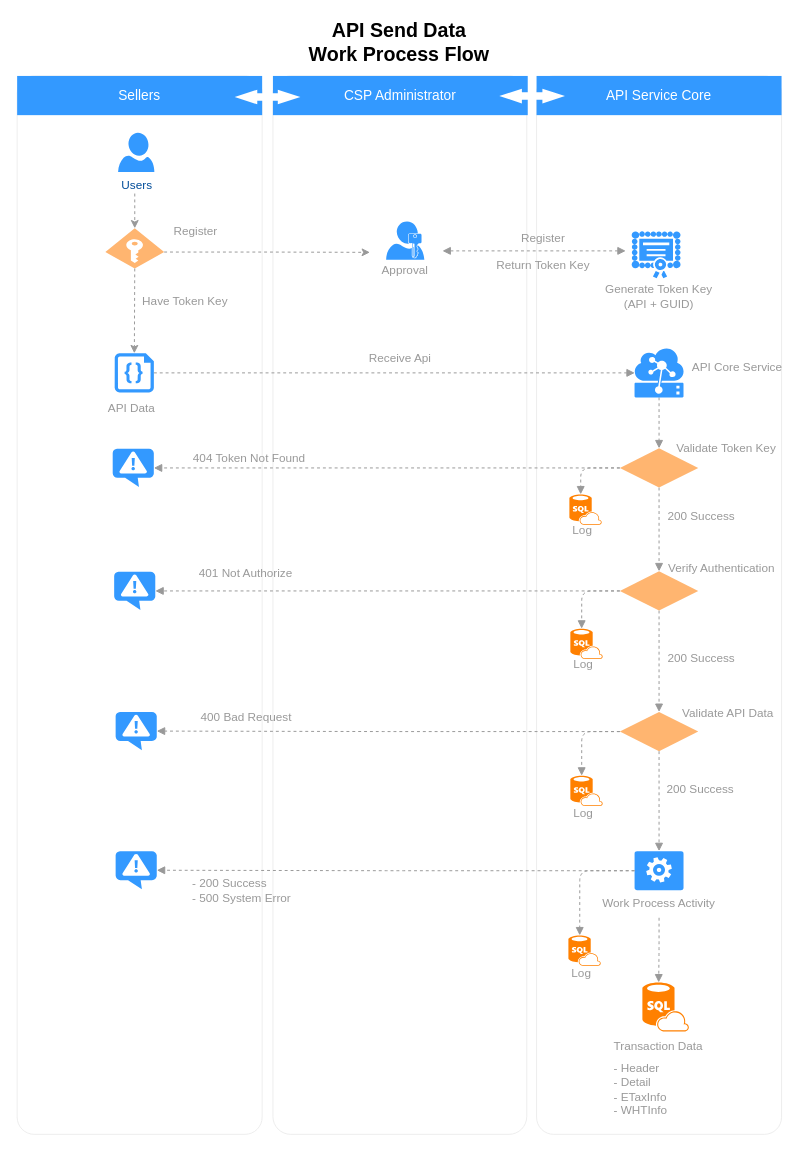
nirawat/eTax keeps this draw.io diagram as API Send Workflow.drawio. Above is the earlier version. Source tidied: cells renumbered, new cells numbered last; positions are measured from the earlier drawing's top-left corner, leaving out a move shared by most shapes. Both pictures are drawn from the tidied source at 98%, with x=0, y=0 at pixel (17, 17).
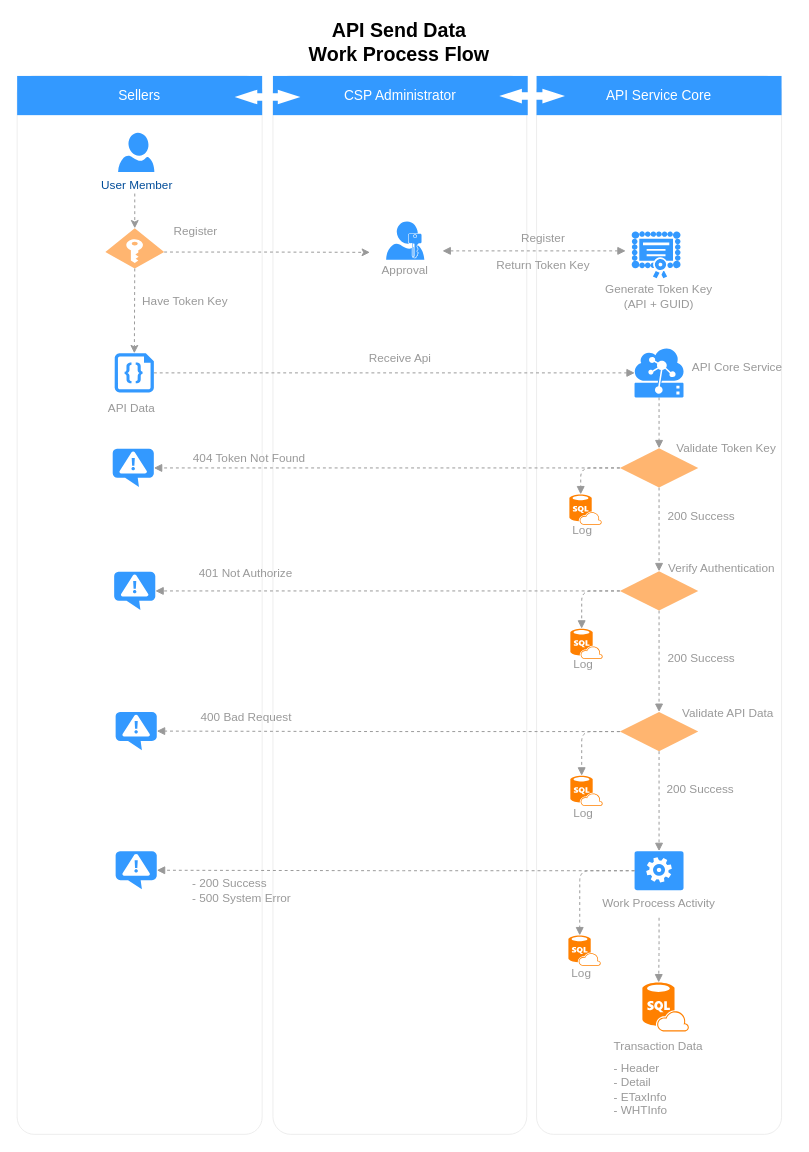
Above is the later version.

Change to the diagram source:
```diff
@@
-    <mxCell id="9" value="Users" style="verticalLabelPosition=bottom;html=1;verticalAlign=top;strokeColor=none;fillColor=#3399FF;shape=mxgraph.azure.user;dashed=1;fontSize=12;fontColor=#004C99;" parent="1" vertex="1">
+    <mxCell id="9" value="User Member" style="verticalLabelPosition=bottom;html=1;verticalAlign=top;strokeColor=none;fillColor=#3399FF;shape=mxgraph.azure.user;dashed=1;fontSize=12;fontColor=#004C99;" parent="1" vertex="1">
       <mxGeometry x="103" y="118" width="37" height="40" as="geometry" />
     </mxCell>
```
